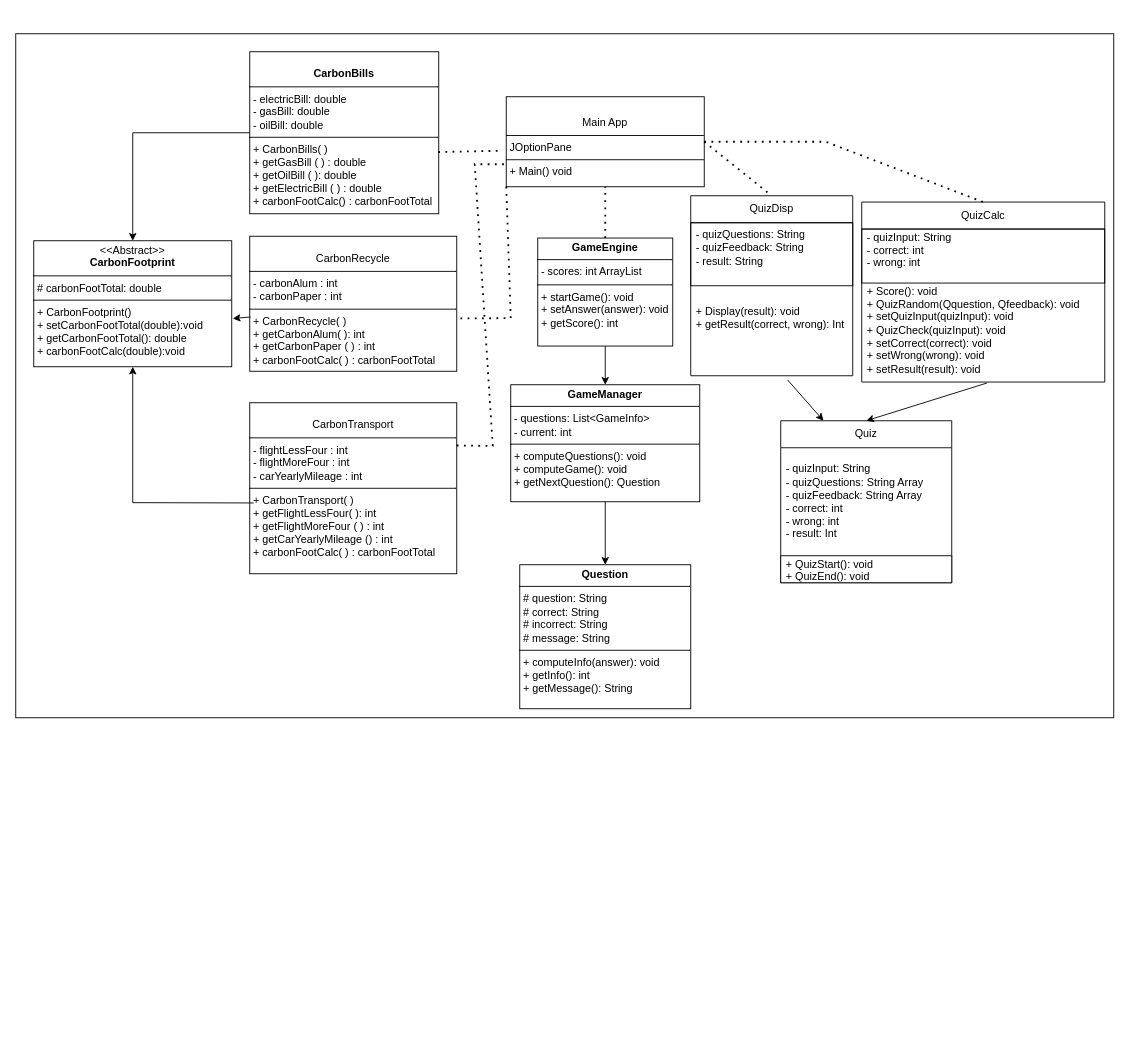
Earlier version of the draw.io diagram ClassDiagram.drawio (JordanTheCodeless/OOP_SDG_CA). Source tidied: cells renumbered, new cells numbered last; positions are measured from the earlier drawing's top-left corner, leaving out a move shared by most shapes. Both pictures are drawn from the tidied source at 90%, with x=0, y=0 at pixel (15, 33).
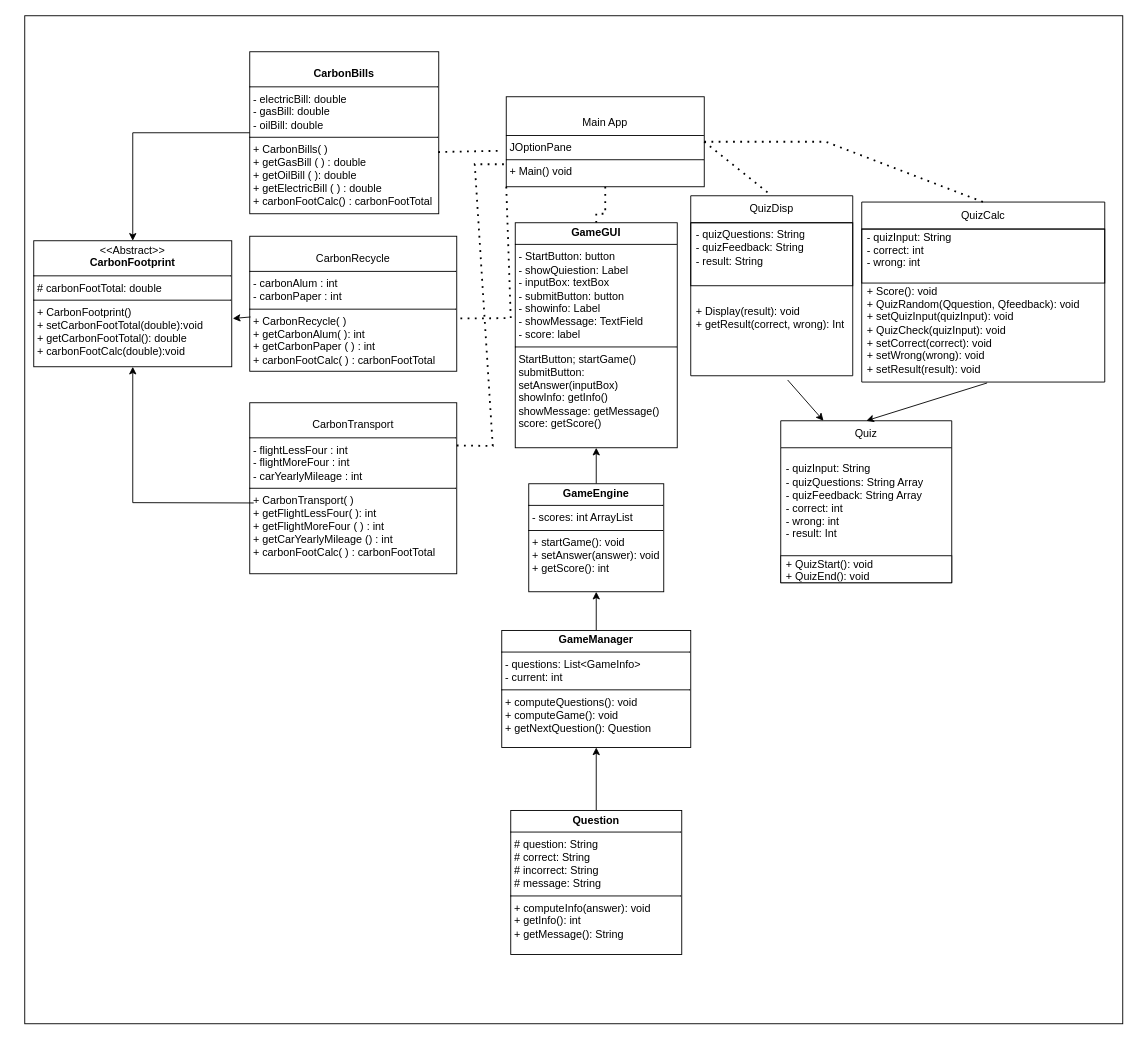
After the change.

Commit message:
André Diagram updates

The change refers to these unchanged cells:
```xml
<mxCell id="21" value="&lt;p style=&quot;margin:0px;margin-top:4px;text-align:center;&quot;&gt;&lt;br&gt;&lt;/p&gt;&lt;p style=&quot;margin:0px;margin-top:4px;text-align:center;&quot;&gt;Main App&lt;/p&gt;&lt;hr size=&quot;1&quot; style=&quot;border-style:solid;&quot;&gt;&lt;p style=&quot;margin:0px;margin-left:4px;&quot;&gt;JOptionPane&lt;/p&gt;&lt;hr size=&quot;1&quot; style=&quot;border-style:solid;&quot;&gt;&lt;p style=&quot;margin:0px;margin-left:4px;&quot;&gt;+ Main() void&lt;/p&gt;" style="verticalAlign=top;align=left;overflow=fill;html=1;whiteSpace=wrap;" parent="1" vertex="1">
  <mxGeometry x="545" y="70" width="220" height="100" as="geometry" />
</mxCell>
```

Diff of the diagram source:
```diff
@@
     <mxCell id="2" style="rounded=0;whiteSpace=wrap;html=1;" parent="1" vertex="1">
-      <mxGeometry width="1220" height="760" as="geometry" />
+      <mxGeometry x="10" y="-20" width="1220" height="1120" as="geometry" />
     </mxCell>
@@
-    <mxCell id="5" style="edgeStyle=orthogonalEdgeStyle;rounded=0;jettySize=auto;html=1;" parent="1" edge="1" source="6" target="8">
-      <mxGeometry relative="1" as="geometry" />
-    </mxCell>
+    <mxCell id="34" style="edgeStyle=orthogonalEdgeStyle;rounded=0;jettySize=auto;html=1;exitX=0.5;exitY=0;exitDx=0;exitDy=0;entryX=0.5;entryY=1;entryDx=0;entryDy=0;" parent="1" edge="1" source="6" target="37">
+      <mxGeometry relative="1" as="geometry" />
+    </mxCell>
     <mxCell id="6" value="&lt;p style=&quot;margin:0px;margin-top:4px;text-align:center;&quot;&gt;&lt;b&gt;GameEngine&lt;/b&gt;&lt;/p&gt;&lt;hr size=&quot;1&quot; style=&quot;border-style:solid;&quot;&gt;&lt;p style=&quot;margin:0px;margin-left:4px;&quot;&gt;- scores: int ArrayList&amp;nbsp;&lt;/p&gt;&lt;hr size=&quot;1&quot; style=&quot;border-style:solid;&quot;&gt;&lt;p style=&quot;margin:0px;margin-left:4px;&quot;&gt;+ startGame(): void&lt;br&gt;&lt;/p&gt;&lt;p style=&quot;margin:0px;margin-left:4px;&quot;&gt;+ setAnswer(answer): void&lt;/p&gt;&lt;p style=&quot;margin:0px;margin-left:4px;&quot;&gt;+ getScore(): int&lt;/p&gt;" style="verticalAlign=top;align=left;overflow=fill;html=1;whiteSpace=wrap;" parent="1" vertex="1">
-      <mxGeometry x="580" y="227" width="150" height="120" as="geometry" />
+      <mxGeometry x="570" y="500" width="150" height="120" as="geometry" />
     </mxCell>
-    <mxCell id="7" style="edgeStyle=orthogonalEdgeStyle;rounded=0;jettySize=auto;html=1;exitX=0.5;exitY=1;exitDx=0;exitDy=0;" parent="1" edge="1" source="8" target="10">
-      <mxGeometry relative="1" as="geometry" />
-    </mxCell>
+    <mxCell id="35" style="edgeStyle=orthogonalEdgeStyle;rounded=0;jettySize=auto;html=1;exitX=0.5;exitY=0;exitDx=0;exitDy=0;entryX=0.5;entryY=1;entryDx=0;entryDy=0;" parent="1" edge="1" source="8" target="6">
+      <mxGeometry relative="1" as="geometry" />
+    </mxCell>
     <mxCell id="8" value="&lt;p style=&quot;margin:0px;margin-top:4px;text-align:center;&quot;&gt;&lt;b&gt;GameManager&lt;/b&gt;&lt;/p&gt;&lt;hr size=&quot;1&quot; style=&quot;border-style:solid;&quot;&gt;&lt;p style=&quot;margin: 0px 0px 0px 4px;&quot;&gt;&lt;span style=&quot;background-color: initial;&quot;&gt;- questions: List&amp;lt;GameInfo&amp;gt;&lt;/span&gt;&lt;br&gt;&lt;/p&gt;&lt;p style=&quot;margin: 0px 0px 0px 4px;&quot;&gt;&lt;span style=&quot;background-color: initial;&quot;&gt;- current: int&lt;/span&gt;&lt;/p&gt;&lt;hr size=&quot;1&quot; style=&quot;border-style:solid;&quot;&gt;&lt;p style=&quot;margin:0px;margin-left:4px;&quot;&gt;+ computeQuestions(): void&lt;/p&gt;&lt;p style=&quot;margin:0px;margin-left:4px;&quot;&gt;+ computeGame(): void&lt;/p&gt;&lt;p style=&quot;margin:0px;margin-left:4px;&quot;&gt;+ getNextQuestion(): Question&lt;/p&gt;" style="verticalAlign=top;align=left;overflow=fill;html=1;whiteSpace=wrap;" parent="1" vertex="1">
-      <mxGeometry x="550" y="390" width="210" height="130" as="geometry" />
+      <mxGeometry x="540" y="663" width="210" height="130" as="geometry" />
     </mxCell>
@@
+    <mxCell id="36" style="edgeStyle=orthogonalEdgeStyle;rounded=0;jettySize=auto;html=1;exitX=0.5;exitY=0;exitDx=0;exitDy=0;entryX=0.5;entryY=1;entryDx=0;entryDy=0;" parent="1" edge="1" source="10" target="8">
+      <mxGeometry relative="1" as="geometry" />
+    </mxCell>
     <mxCell id="10" value="&lt;p style=&quot;margin:0px;margin-top:4px;text-align:center;&quot;&gt;&lt;b&gt;Question&lt;/b&gt;&lt;/p&gt;&lt;hr size=&quot;1&quot; style=&quot;border-style:solid;&quot;&gt;&lt;p style=&quot;margin:0px;margin-left:4px;&quot;&gt;&lt;span style=&quot;background-color: initial;&quot;&gt;# question: String&amp;nbsp;&lt;/span&gt;&lt;br&gt;&lt;/p&gt;&lt;p style=&quot;margin:0px;margin-left:4px;&quot;&gt;# correct: String&amp;nbsp;&lt;/p&gt;&lt;p style=&quot;margin:0px;margin-left:4px;&quot;&gt;# incorrect: String&lt;/p&gt;&lt;p style=&quot;margin:0px;margin-left:4px;&quot;&gt;# message: String&lt;/p&gt;&lt;hr size=&quot;1&quot; style=&quot;border-style:solid;&quot;&gt;&lt;p style=&quot;margin:0px;margin-left:4px;&quot;&gt;&lt;span style=&quot;background-color: initial;&quot;&gt;+ computeInfo(answer): void&lt;/span&gt;&lt;/p&gt;&lt;p style=&quot;margin:0px;margin-left:4px;&quot;&gt;+ getInfo(): int&lt;/p&gt;&lt;p style=&quot;margin:0px;margin-left:4px;&quot;&gt;+ getMessage(): String&lt;/p&gt;" style="verticalAlign=top;align=left;overflow=fill;html=1;whiteSpace=wrap;" parent="1" vertex="1">
-      <mxGeometry x="560" y="590" width="190" height="160" as="geometry" />
+      <mxGeometry x="550" y="863" width="190" height="160" as="geometry" />
     </mxCell>
@@
-    <mxCell id="23" style="endArrow=none;dashed=1;html=1;dashPattern=1 3;strokeWidth=2;rounded=0;entryX=0.5;entryY=1;entryDx=0;entryDy=0;exitX=0.5;exitY=0;exitDx=0;exitDy=0;edgeStyle=orthogonalEdgeStyle;" parent="1" edge="1" source="6" target="21">
+    <mxCell id="23" style="endArrow=none;dashed=1;html=1;dashPattern=1 3;strokeWidth=2;rounded=0;entryX=0.5;entryY=1;entryDx=0;entryDy=0;exitX=0.5;exitY=0;exitDx=0;exitDy=0;edgeStyle=orthogonalEdgeStyle;" parent="1" edge="1" source="37" target="21">
       <mxGeometry relative="1" as="geometry">
         <Array as="points">
-          <mxPoint x="655" y="190" />
-          <mxPoint x="655" y="190" />
+          <mxPoint x="655" y="200" />
         </Array>
       </mxGeometry>
     </mxCell>
@@
+    <mxCell id="37" value="&lt;p style=&quot;margin:0px;margin-top:4px;text-align:center;&quot;&gt;&lt;b&gt;GameGUI&lt;/b&gt;&lt;/p&gt;&lt;hr size=&quot;1&quot; style=&quot;border-style:solid;&quot;&gt;&lt;p style=&quot;margin:0px;margin-left:4px;&quot;&gt;&lt;span style=&quot;background-color: initial;&quot;&gt;- StartButton: button&lt;/span&gt;&lt;/p&gt;&lt;p style=&quot;margin:0px;margin-left:4px;&quot;&gt;&lt;span style=&quot;background-color: initial;&quot;&gt;- showQuiestion: Label&lt;/span&gt;&lt;/p&gt;&lt;p style=&quot;margin:0px;margin-left:4px;&quot;&gt;&lt;span style=&quot;background-color: initial;&quot;&gt;- inputBox: textBox&lt;/span&gt;&lt;/p&gt;&lt;p style=&quot;margin:0px;margin-left:4px;&quot;&gt;&lt;span style=&quot;background-color: initial;&quot;&gt;- submitButton: button&lt;/span&gt;&lt;/p&gt;&lt;p style=&quot;margin:0px;margin-left:4px;&quot;&gt;- showinfo: Label&lt;span style=&quot;background-color: initial;&quot;&gt;&lt;/span&gt;&lt;/p&gt;&lt;p style=&quot;margin:0px;margin-left:4px;&quot;&gt;&lt;span style=&quot;background-color: initial;&quot;&gt;- showMessage: TextField&lt;/span&gt;&lt;/p&gt;&lt;p style=&quot;margin:0px;margin-left:4px;&quot;&gt;&lt;span style=&quot;background-color: initial;&quot;&gt;- score: label&lt;/span&gt;&lt;/p&gt;&lt;hr size=&quot;1&quot; style=&quot;border-style:solid;&quot;&gt;&lt;p style=&quot;margin:0px;margin-left:4px;&quot;&gt;StartButton; startGame()&lt;/p&gt;&lt;p style=&quot;margin:0px;margin-left:4px;&quot;&gt;submitButton: setAnswer(inputBox)&lt;/p&gt;&lt;p style=&quot;margin:0px;margin-left:4px;&quot;&gt;showInfo: getInfo()&lt;/p&gt;&lt;p style=&quot;margin:0px;margin-left:4px;&quot;&gt;showMessage: getMessage()&lt;/p&gt;&lt;p style=&quot;margin:0px;margin-left:4px;&quot;&gt;score: getScore()&lt;/p&gt;" style="verticalAlign=top;align=left;overflow=fill;html=1;whiteSpace=wrap;" parent="1" vertex="1">
+      <mxGeometry x="555" y="210" width="180" height="250" as="geometry" />
+    </mxCell>
```
